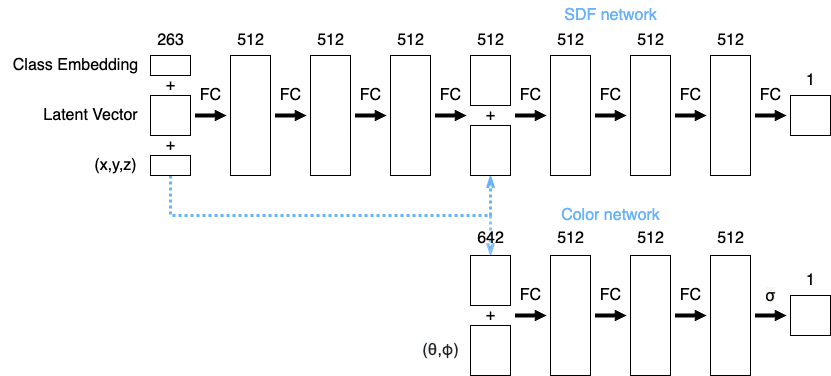
Above: DeepSDF-exercise/ml43dg/images/modified_architecture.png in exquilibrium/ml43dg-project (draw.io), before the change. Source tidied: cells renumbered, new cells last; positions are measured from the earlier drawing's top-left corner, leaving out a move shared by most shapes. Its diagram source:
```xml
<mxGraphModel>
  <root>
    <mxCell id="0" />
    <mxCell id="1" parent="0" />
    <mxCell id="2" style="rounded=0;whiteSpace=wrap;html=1;rotation=90;" parent="1" vertex="1">
      <mxGeometry x="190" y="95" width="120" height="40" as="geometry" />
    </mxCell>
    <mxCell id="3" style="rounded=0;whiteSpace=wrap;html=1;rotation=90;" parent="1" vertex="1">
      <mxGeometry x="270" y="95" width="120" height="40" as="geometry" />
    </mxCell>
    <mxCell id="4" style="rounded=0;whiteSpace=wrap;html=1;rotation=90;" parent="1" vertex="1">
      <mxGeometry x="350" y="95" width="120" height="40" as="geometry" />
    </mxCell>
    <mxCell id="5" style="rounded=0;whiteSpace=wrap;html=1;rotation=90;" parent="1" vertex="1">
      <mxGeometry x="150" y="95" width="40" height="40" as="geometry" />
    </mxCell>
    <mxCell id="6" style="edgeStyle=orthogonalEdgeStyle;rounded=0;jettySize=auto;html=1;exitX=1;exitY=0.5;exitDx=0;exitDy=0;entryX=0;entryY=0.5;entryDx=0;entryDy=0;opacity=80;strokeColor=#66B2FF;strokeWidth=3;fillColor=#dae8fc;dashed=1;endArrow=openThin;endFill=0;startSize=6;targetPerimeterSpacing=5;sourcePerimeterSpacing=5;dashPattern=1 1;" parent="1" edge="1" source="8" target="43">
      <mxGeometry relative="1" as="geometry" />
    </mxCell>
    <mxCell id="7" style="edgeStyle=orthogonalEdgeStyle;rounded=0;jettySize=auto;html=1;exitX=1;exitY=0.5;exitDx=0;exitDy=0;entryX=1;entryY=0.5;entryDx=0;entryDy=0;targetPerimeterSpacing=5;sourcePerimeterSpacing=5;endArrow=openThin;endFill=0;strokeWidth=3;strokeColor=#66B2FF;dashed=1;dashPattern=1 1;" parent="1" edge="1" source="8" target="17">
      <mxGeometry relative="1" as="geometry">
        <Array as="points">
          <mxPoint x="170" y="215" />
          <mxPoint x="490" y="215" />
        </Array>
      </mxGeometry>
    </mxCell>
    <mxCell id="8" style="rounded=0;whiteSpace=wrap;html=1;rotation=90;" parent="1" vertex="1">
      <mxGeometry x="160" y="145" width="20" height="40" as="geometry" />
    </mxCell>
    <mxCell id="9" value="&lt;font style=&quot;font-size: 16px;&quot;&gt;Latent Vector&lt;/font&gt;" style="text;html=1;align=center;verticalAlign=middle;strokeColor=none;fillColor=none;" parent="1" vertex="1">
      <mxGeometry x="30" y="100" width="120" height="30" as="geometry" />
    </mxCell>
    <mxCell id="10" value="&lt;font style=&quot;font-size: 16px;&quot;&gt;(x,y,z)&lt;/font&gt;" style="text;html=1;align=center;verticalAlign=middle;strokeColor=none;fillColor=none;" parent="1" vertex="1">
      <mxGeometry x="80" y="150" width="70" height="30" as="geometry" />
    </mxCell>
    <mxCell id="11" value="&lt;font style=&quot;font-size: 16px;&quot;&gt;+&lt;/font&gt;" style="text;html=1;align=center;verticalAlign=middle;strokeColor=none;fillColor=none;" parent="1" vertex="1">
      <mxGeometry x="155" y="130" width="30" height="30" as="geometry" />
    </mxCell>
    <mxCell id="12" value="&lt;font style=&quot;font-size: 16px;&quot;&gt;263&lt;/font&gt;" style="text;html=1;align=center;verticalAlign=middle;strokeColor=none;fillColor=none;" parent="1" vertex="1">
      <mxGeometry x="145" y="25" width="50" height="30" as="geometry" />
    </mxCell>
    <mxCell id="13" value="&lt;font style=&quot;font-size: 16px;&quot;&gt;512&lt;/font&gt;" style="text;html=1;align=center;verticalAlign=middle;strokeColor=none;fillColor=none;" parent="1" vertex="1">
      <mxGeometry x="225" y="25" width="50" height="30" as="geometry" />
    </mxCell>
    <mxCell id="14" value="&lt;font style=&quot;font-size: 16px;&quot;&gt;512&lt;/font&gt;" style="text;html=1;align=center;verticalAlign=middle;strokeColor=none;fillColor=none;" parent="1" vertex="1">
      <mxGeometry x="305" y="25" width="50" height="30" as="geometry" />
    </mxCell>
    <mxCell id="15" value="&lt;font style=&quot;font-size: 16px;&quot;&gt;512&lt;/font&gt;" style="text;html=1;align=center;verticalAlign=middle;strokeColor=none;fillColor=none;" parent="1" vertex="1">
      <mxGeometry x="385" y="25" width="50" height="30" as="geometry" />
    </mxCell>
    <mxCell id="16" style="rounded=0;whiteSpace=wrap;html=1;rotation=90;" parent="1" vertex="1">
      <mxGeometry x="465" y="60" width="50" height="40" as="geometry" />
    </mxCell>
    <mxCell id="17" style="rounded=0;whiteSpace=wrap;html=1;rotation=90;" parent="1" vertex="1">
      <mxGeometry x="465" y="130" width="50" height="40" as="geometry" />
    </mxCell>
    <mxCell id="18" value="&lt;font style=&quot;font-size: 16px;&quot;&gt;+&lt;/font&gt;" style="text;html=1;align=center;verticalAlign=middle;strokeColor=none;fillColor=none;" parent="1" vertex="1">
      <mxGeometry x="475" y="100" width="30" height="30" as="geometry" />
    </mxCell>
    <mxCell id="19" value="&lt;font style=&quot;font-size: 16px;&quot;&gt;512&lt;/font&gt;" style="text;html=1;align=center;verticalAlign=middle;strokeColor=none;fillColor=none;" parent="1" vertex="1">
      <mxGeometry x="465" y="25" width="50" height="30" as="geometry" />
    </mxCell>
    <mxCell id="20" style="rounded=0;whiteSpace=wrap;html=1;rotation=90;" parent="1" vertex="1">
      <mxGeometry x="510" y="95" width="120" height="40" as="geometry" />
    </mxCell>
    <mxCell id="21" value="&lt;font style=&quot;font-size: 16px;&quot;&gt;512&lt;/font&gt;" style="text;html=1;align=center;verticalAlign=middle;strokeColor=none;fillColor=none;" parent="1" vertex="1">
      <mxGeometry x="545" y="25" width="50" height="30" as="geometry" />
    </mxCell>
    <mxCell id="22" style="rounded=0;whiteSpace=wrap;html=1;rotation=90;" parent="1" vertex="1">
      <mxGeometry x="590" y="95" width="120" height="40" as="geometry" />
    </mxCell>
    <mxCell id="23" value="&lt;font style=&quot;font-size: 16px;&quot;&gt;512&lt;/font&gt;" style="text;html=1;align=center;verticalAlign=middle;strokeColor=none;fillColor=none;" parent="1" vertex="1">
      <mxGeometry x="625" y="25" width="50" height="30" as="geometry" />
    </mxCell>
    <mxCell id="24" style="rounded=0;whiteSpace=wrap;html=1;rotation=90;" parent="1" vertex="1">
      <mxGeometry x="670" y="95" width="120" height="40" as="geometry" />
    </mxCell>
    <mxCell id="25" value="&lt;font style=&quot;font-size: 16px;&quot;&gt;512&lt;/font&gt;" style="text;html=1;align=center;verticalAlign=middle;strokeColor=none;fillColor=none;" parent="1" vertex="1">
      <mxGeometry x="705" y="25" width="50" height="30" as="geometry" />
    </mxCell>
    <mxCell id="26" style="rounded=0;whiteSpace=wrap;html=1;rotation=90;" parent="1" vertex="1">
      <mxGeometry x="790" y="95" width="40" height="40" as="geometry" />
    </mxCell>
    <mxCell id="27" style="html=1;shadow=0;dashed=0;align=center;verticalAlign=middle;shape=mxgraph.arrows2.arrow;dy=0.69;dx=10.15;notch=0;fillColor=#000000;" parent="1" vertex="1">
      <mxGeometry x="195" y="110" width="30" height="10" as="geometry" />
    </mxCell>
    <mxCell id="28" style="html=1;shadow=0;dashed=0;align=center;verticalAlign=middle;shape=mxgraph.arrows2.arrow;dy=0.69;dx=10.15;notch=0;fillColor=#000000;" parent="1" vertex="1">
      <mxGeometry x="275" y="110" width="30" height="10" as="geometry" />
    </mxCell>
    <mxCell id="29" style="html=1;shadow=0;dashed=0;align=center;verticalAlign=middle;shape=mxgraph.arrows2.arrow;dy=0.69;dx=10.15;notch=0;fillColor=#000000;" parent="1" vertex="1">
      <mxGeometry x="355" y="110" width="30" height="10" as="geometry" />
    </mxCell>
    <mxCell id="30" style="html=1;shadow=0;dashed=0;align=center;verticalAlign=middle;shape=mxgraph.arrows2.arrow;dy=0.69;dx=10.15;notch=0;fillColor=#000000;" parent="1" vertex="1">
      <mxGeometry x="435" y="110" width="30" height="10" as="geometry" />
    </mxCell>
    <mxCell id="31" style="html=1;shadow=0;dashed=0;align=center;verticalAlign=middle;shape=mxgraph.arrows2.arrow;dy=0.69;dx=10.15;notch=0;fillColor=#000000;" parent="1" vertex="1">
      <mxGeometry x="515" y="110" width="30" height="10" as="geometry" />
    </mxCell>
    <mxCell id="32" style="html=1;shadow=0;dashed=0;align=center;verticalAlign=middle;shape=mxgraph.arrows2.arrow;dy=0.69;dx=10.15;notch=0;fillColor=#000000;" parent="1" vertex="1">
      <mxGeometry x="595" y="110" width="30" height="10" as="geometry" />
    </mxCell>
    <mxCell id="33" style="html=1;shadow=0;dashed=0;align=center;verticalAlign=middle;shape=mxgraph.arrows2.arrow;dy=0.69;dx=10.15;notch=0;fillColor=#000000;" parent="1" vertex="1">
      <mxGeometry x="675" y="110" width="30" height="10" as="geometry" />
    </mxCell>
    <mxCell id="34" style="html=1;shadow=0;dashed=0;align=center;verticalAlign=middle;shape=mxgraph.arrows2.arrow;dy=0.69;dx=10.15;notch=0;fillColor=#000000;" parent="1" vertex="1">
      <mxGeometry x="755" y="110" width="30" height="10" as="geometry" />
    </mxCell>
    <mxCell id="35" value="&lt;font style=&quot;font-size: 16px;&quot;&gt;1&lt;/font&gt;" style="text;html=1;align=center;verticalAlign=middle;strokeColor=none;fillColor=none;" parent="1" vertex="1">
      <mxGeometry x="795" y="65" width="30" height="30" as="geometry" />
    </mxCell>
    <mxCell id="36" style="rounded=0;whiteSpace=wrap;html=1;rotation=90;" parent="1" vertex="1">
      <mxGeometry x="510" y="295" width="120" height="40" as="geometry" />
    </mxCell>
    <mxCell id="37" value="&lt;font style=&quot;font-size: 16px;&quot;&gt;512&lt;/font&gt;" style="text;html=1;align=center;verticalAlign=middle;strokeColor=none;fillColor=none;" parent="1" vertex="1">
      <mxGeometry x="545" y="223" width="50" height="30" as="geometry" />
    </mxCell>
    <mxCell id="38" style="rounded=0;whiteSpace=wrap;html=1;rotation=90;" parent="1" vertex="1">
      <mxGeometry x="590" y="295" width="120" height="40" as="geometry" />
    </mxCell>
    <mxCell id="39" value="&lt;font style=&quot;font-size: 16px;&quot;&gt;512&lt;/font&gt;" style="text;html=1;align=center;verticalAlign=middle;strokeColor=none;fillColor=none;" parent="1" vertex="1">
      <mxGeometry x="625" y="223" width="50" height="30" as="geometry" />
    </mxCell>
    <mxCell id="40" style="rounded=0;whiteSpace=wrap;html=1;rotation=90;" parent="1" vertex="1">
      <mxGeometry x="670" y="295" width="120" height="40" as="geometry" />
    </mxCell>
    <mxCell id="41" value="&lt;font style=&quot;font-size: 16px;&quot;&gt;512&lt;/font&gt;" style="text;html=1;align=center;verticalAlign=middle;strokeColor=none;fillColor=none;" parent="1" vertex="1">
      <mxGeometry x="705" y="223" width="50" height="30" as="geometry" />
    </mxCell>
    <mxCell id="42" style="rounded=0;whiteSpace=wrap;html=1;rotation=90;" parent="1" vertex="1">
      <mxGeometry x="465" y="330" width="50" height="40" as="geometry" />
    </mxCell>
    <mxCell id="43" style="rounded=0;whiteSpace=wrap;html=1;rotation=90;" parent="1" vertex="1">
      <mxGeometry x="465" y="260" width="50" height="40" as="geometry" />
    </mxCell>
    <mxCell id="44" value="&lt;font style=&quot;font-size: 16px;&quot;&gt;+&lt;/font&gt;" style="text;html=1;align=center;verticalAlign=middle;strokeColor=none;fillColor=none;" parent="1" vertex="1">
      <mxGeometry x="475" y="300" width="30" height="30" as="geometry" />
    </mxCell>
    <mxCell id="45" value="&lt;font style=&quot;font-size: 16px;&quot;&gt;642&lt;/font&gt;" style="text;html=1;align=center;verticalAlign=middle;strokeColor=none;fillColor=none;" parent="1" vertex="1">
      <mxGeometry x="465" y="223" width="50" height="30" as="geometry" />
    </mxCell>
    <mxCell id="46" style="html=1;shadow=0;dashed=0;align=center;verticalAlign=middle;shape=mxgraph.arrows2.arrow;dy=0.69;dx=10.15;notch=0;fillColor=#000000;" parent="1" vertex="1">
      <mxGeometry x="515" y="310" width="30" height="10" as="geometry" />
    </mxCell>
    <mxCell id="47" style="html=1;shadow=0;dashed=0;align=center;verticalAlign=middle;shape=mxgraph.arrows2.arrow;dy=0.69;dx=10.15;notch=0;fillColor=#000000;" parent="1" vertex="1">
      <mxGeometry x="595" y="310" width="30" height="10" as="geometry" />
    </mxCell>
    <mxCell id="48" style="html=1;shadow=0;dashed=0;align=center;verticalAlign=middle;shape=mxgraph.arrows2.arrow;dy=0.69;dx=10.15;notch=0;fillColor=#000000;" parent="1" vertex="1">
      <mxGeometry x="675" y="310" width="30" height="10" as="geometry" />
    </mxCell>
    <mxCell id="49" style="html=1;shadow=0;dashed=0;align=center;verticalAlign=middle;shape=mxgraph.arrows2.arrow;dy=0.69;dx=10.15;notch=0;fillColor=#000000;" parent="1" vertex="1">
      <mxGeometry x="755" y="310" width="30" height="10" as="geometry" />
    </mxCell>
    <mxCell id="50" style="rounded=0;whiteSpace=wrap;html=1;rotation=90;" parent="1" vertex="1">
      <mxGeometry x="790" y="295" width="40" height="40" as="geometry" />
    </mxCell>
    <mxCell id="51" value="&lt;font style=&quot;font-size: 16px;&quot;&gt;1&lt;/font&gt;" style="text;html=1;align=center;verticalAlign=middle;strokeColor=none;fillColor=none;" parent="1" vertex="1">
      <mxGeometry x="795" y="265" width="30" height="30" as="geometry" />
    </mxCell>
    <mxCell id="52" value="&lt;font style=&quot;font-size: 16px;&quot;&gt;FC&lt;/font&gt;" style="text;html=1;align=center;verticalAlign=middle;strokeColor=none;fillColor=none;" parent="1" vertex="1">
      <mxGeometry x="190" y="80" width="40" height="30" as="geometry" />
    </mxCell>
    <mxCell id="53" value="&lt;font style=&quot;font-size: 16px;&quot;&gt;FC&lt;/font&gt;" style="text;html=1;align=center;verticalAlign=middle;strokeColor=none;fillColor=none;" parent="1" vertex="1">
      <mxGeometry x="270" y="80" width="40" height="30" as="geometry" />
    </mxCell>
    <mxCell id="54" value="&lt;font style=&quot;font-size: 16px;&quot;&gt;FC&lt;/font&gt;" style="text;html=1;align=center;verticalAlign=middle;strokeColor=none;fillColor=none;" parent="1" vertex="1">
      <mxGeometry x="350" y="80" width="40" height="30" as="geometry" />
    </mxCell>
    <mxCell id="55" value="&lt;font style=&quot;font-size: 16px;&quot;&gt;FC&lt;/font&gt;" style="text;html=1;align=center;verticalAlign=middle;strokeColor=none;fillColor=none;" parent="1" vertex="1">
      <mxGeometry x="430" y="80" width="40" height="30" as="geometry" />
    </mxCell>
    <mxCell id="56" value="&lt;font style=&quot;font-size: 16px;&quot;&gt;FC&lt;/font&gt;" style="text;html=1;align=center;verticalAlign=middle;strokeColor=none;fillColor=none;" parent="1" vertex="1">
      <mxGeometry x="510" y="80" width="40" height="30" as="geometry" />
    </mxCell>
    <mxCell id="57" value="&lt;font style=&quot;font-size: 16px;&quot;&gt;FC&lt;/font&gt;" style="text;html=1;align=center;verticalAlign=middle;strokeColor=none;fillColor=none;" parent="1" vertex="1">
      <mxGeometry x="590" y="80" width="40" height="30" as="geometry" />
    </mxCell>
    <mxCell id="58" value="&lt;font style=&quot;font-size: 16px;&quot;&gt;FC&lt;/font&gt;" style="text;html=1;align=center;verticalAlign=middle;strokeColor=none;fillColor=none;" parent="1" vertex="1">
      <mxGeometry x="670" y="80" width="40" height="30" as="geometry" />
    </mxCell>
    <mxCell id="59" value="&lt;font style=&quot;font-size: 16px;&quot;&gt;FC&lt;/font&gt;" style="text;html=1;align=center;verticalAlign=middle;strokeColor=none;fillColor=none;" parent="1" vertex="1">
      <mxGeometry x="750" y="80" width="40" height="30" as="geometry" />
    </mxCell>
    <mxCell id="60" value="&lt;font style=&quot;font-size: 16px;&quot;&gt;FC&lt;/font&gt;" style="text;html=1;align=center;verticalAlign=middle;strokeColor=none;fillColor=none;" parent="1" vertex="1">
      <mxGeometry x="670" y="280" width="40" height="30" as="geometry" />
    </mxCell>
    <mxCell id="61" value="&lt;font style=&quot;font-size: 16px;&quot;&gt;FC&lt;/font&gt;" style="text;html=1;align=center;verticalAlign=middle;strokeColor=none;fillColor=none;" parent="1" vertex="1">
      <mxGeometry x="590" y="280" width="40" height="30" as="geometry" />
    </mxCell>
    <mxCell id="62" value="&lt;font style=&quot;font-size: 16px;&quot;&gt;FC&lt;/font&gt;" style="text;html=1;align=center;verticalAlign=middle;strokeColor=none;fillColor=none;" parent="1" vertex="1">
      <mxGeometry x="510" y="280" width="40" height="30" as="geometry" />
    </mxCell>
    <mxCell id="63" value="&lt;span style=&quot;font-family: arial, helvetica; font-size: medium; text-align: left; text-wrap: wrap; background-color: rgb(249, 247, 244);&quot;&gt;σ&lt;/span&gt;" style="text;html=1;align=center;verticalAlign=middle;strokeColor=none;fillColor=none;" parent="1" vertex="1">
      <mxGeometry x="755" y="280" width="30" height="30" as="geometry" />
    </mxCell>
    <mxCell id="64" value="&lt;font color=&quot;#66b2ff&quot; style=&quot;font-size: 16px;&quot;&gt;Color network&lt;/font&gt;" style="text;html=1;align=center;verticalAlign=middle;strokeColor=none;fillColor=none;" parent="1" vertex="1">
      <mxGeometry x="550" y="200" width="120" height="30" as="geometry" />
    </mxCell>
    <mxCell id="65" value="&lt;font color=&quot;#66b2ff&quot; style=&quot;font-size: 16px;&quot;&gt;SDF network&lt;/font&gt;" style="text;html=1;align=center;verticalAlign=middle;strokeColor=none;fillColor=none;" parent="1" vertex="1">
      <mxGeometry x="550" width="120" height="30" as="geometry" />
    </mxCell>
    <mxCell id="66" value="&lt;font style=&quot;font-size: 16px;&quot;&gt;&lt;span style=&quot;color: rgb(32, 33, 34); font-family: sans-serif; text-align: left; text-wrap: wrap; background-color: rgb(248, 249, 250);&quot;&gt;(θ&lt;/span&gt;&lt;span style=&quot;font-family: &amp;quot;Google Sans&amp;quot;, Arial, sans-serif; text-align: left; text-wrap: wrap; background-color: rgb(255, 255, 255);&quot;&gt;,&lt;/span&gt;&lt;span style=&quot;color: rgb(32, 33, 34); font-family: sans-serif; text-align: start; text-wrap: wrap; background-color: rgb(255, 255, 255);&quot;&gt;φ)&lt;/span&gt;&lt;/font&gt;" style="text;html=1;align=center;verticalAlign=middle;strokeColor=none;fillColor=none;" parent="1" vertex="1">
      <mxGeometry x="410" y="335" width="60" height="30" as="geometry" />
    </mxCell>
    <mxCell id="67" style="rounded=0;whiteSpace=wrap;html=1;rotation=90;" parent="1" vertex="1">
      <mxGeometry x="160" y="45" width="20" height="40" as="geometry" />
    </mxCell>
    <mxCell id="68" value="&lt;font style=&quot;font-size: 16px;&quot;&gt;Class Embedding&lt;/font&gt;" style="text;html=1;align=center;verticalAlign=middle;strokeColor=none;fillColor=none;" parent="1" vertex="1">
      <mxGeometry y="50" width="150" height="30" as="geometry" />
    </mxCell>
    <mxCell id="69" value="&lt;font style=&quot;font-size: 16px;&quot;&gt;+&lt;/font&gt;" style="text;html=1;align=center;verticalAlign=middle;strokeColor=none;fillColor=none;" parent="1" vertex="1">
      <mxGeometry x="155" y="70" width="30" height="30" as="geometry" />
    </mxCell>
  </root>
</mxGraphModel>
```
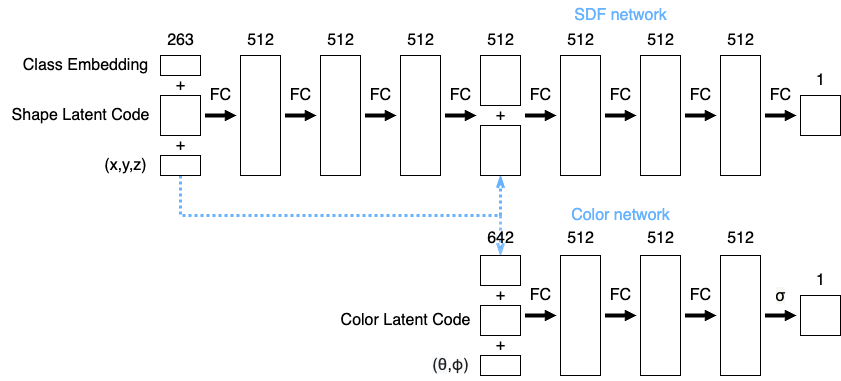
The same diagram one commit later.

Commit message:
Updated modified architecture figure

The edit, as a diff of the source:
```diff
@@ -28,8 +28,8 @@
     <mxCell id="8" style="rounded=0;whiteSpace=wrap;html=1;rotation=90;" parent="1" vertex="1">
       <mxGeometry x="160" y="145" width="20" height="40" as="geometry" />
     </mxCell>
-    <mxCell id="9" value="&lt;font style=&quot;font-size: 16px;&quot;&gt;Latent Vector&lt;/font&gt;" style="text;html=1;align=center;verticalAlign=middle;strokeColor=none;fillColor=none;" parent="1" vertex="1">
-      <mxGeometry x="30" y="100" width="120" height="30" as="geometry" />
+    <mxCell id="9" value="&lt;font style=&quot;font-size: 16px;&quot;&gt;Shape Latent Code&lt;/font&gt;" style="text;html=1;align=center;verticalAlign=middle;strokeColor=none;fillColor=none;" parent="1" vertex="1">
+      <mxGeometry x="-10" y="100" width="160" height="30" as="geometry" />
     </mxCell>
     <mxCell id="10" value="&lt;font style=&quot;font-size: 16px;&quot;&gt;(x,y,z)&lt;/font&gt;" style="text;html=1;align=center;verticalAlign=middle;strokeColor=none;fillColor=none;" parent="1" vertex="1">
       <mxGeometry x="80" y="150" width="70" height="30" as="geometry" />
@@ -128,13 +128,13 @@
       <mxGeometry x="705" y="223" width="50" height="30" as="geometry" />
     </mxCell>
     <mxCell id="42" style="rounded=0;whiteSpace=wrap;html=1;rotation=90;" parent="1" vertex="1">
-      <mxGeometry x="465" y="330" width="50" height="40" as="geometry" />
+      <mxGeometry x="480" y="345" width="20" height="40" as="geometry" />
     </mxCell>
     <mxCell id="43" style="rounded=0;whiteSpace=wrap;html=1;rotation=90;" parent="1" vertex="1">
-      <mxGeometry x="465" y="260" width="50" height="40" as="geometry" />
+      <mxGeometry x="475" y="250" width="30" height="40" as="geometry" />
     </mxCell>
     <mxCell id="44" value="&lt;font style=&quot;font-size: 16px;&quot;&gt;+&lt;/font&gt;" style="text;html=1;align=center;verticalAlign=middle;strokeColor=none;fillColor=none;" parent="1" vertex="1">
-      <mxGeometry x="475" y="300" width="30" height="30" as="geometry" />
+      <mxGeometry x="475" y="280" width="30" height="30" as="geometry" />
     </mxCell>
     <mxCell id="45" value="&lt;font style=&quot;font-size: 16px;&quot;&gt;642&lt;/font&gt;" style="text;html=1;align=center;verticalAlign=middle;strokeColor=none;fillColor=none;" parent="1" vertex="1">
       <mxGeometry x="465" y="223" width="50" height="30" as="geometry" />
@@ -200,7 +200,7 @@
       <mxGeometry x="550" width="120" height="30" as="geometry" />
     </mxCell>
     <mxCell id="66" value="&lt;font style=&quot;font-size: 16px;&quot;&gt;&lt;span style=&quot;color: rgb(32, 33, 34); font-family: sans-serif; text-align: left; text-wrap: wrap; background-color: rgb(248, 249, 250);&quot;&gt;(θ&lt;/span&gt;&lt;span style=&quot;font-family: &amp;quot;Google Sans&amp;quot;, Arial, sans-serif; text-align: left; text-wrap: wrap; background-color: rgb(255, 255, 255);&quot;&gt;,&lt;/span&gt;&lt;span style=&quot;color: rgb(32, 33, 34); font-family: sans-serif; text-align: start; text-wrap: wrap; background-color: rgb(255, 255, 255);&quot;&gt;φ)&lt;/span&gt;&lt;/font&gt;" style="text;html=1;align=center;verticalAlign=middle;strokeColor=none;fillColor=none;" parent="1" vertex="1">
-      <mxGeometry x="410" y="335" width="60" height="30" as="geometry" />
+      <mxGeometry x="410" y="350" width="60" height="30" as="geometry" />
     </mxCell>
     <mxCell id="67" style="rounded=0;whiteSpace=wrap;html=1;rotation=90;" parent="1" vertex="1">
       <mxGeometry x="160" y="45" width="20" height="40" as="geometry" />
@@ -211,5 +211,14 @@
     <mxCell id="69" value="&lt;font style=&quot;font-size: 16px;&quot;&gt;+&lt;/font&gt;" style="text;html=1;align=center;verticalAlign=middle;strokeColor=none;fillColor=none;" parent="1" vertex="1">
       <mxGeometry x="155" y="70" width="30" height="30" as="geometry" />
     </mxCell>
+    <mxCell id="70" style="rounded=0;whiteSpace=wrap;html=1;rotation=90;" parent="1" vertex="1">
+      <mxGeometry x="475" y="300" width="30" height="40" as="geometry" />
+    </mxCell>
+    <mxCell id="71" value="&lt;font style=&quot;font-size: 16px;&quot;&gt;+&lt;/font&gt;" style="text;html=1;align=center;verticalAlign=middle;strokeColor=none;fillColor=none;" parent="1" vertex="1">
+      <mxGeometry x="475" y="330" width="30" height="30" as="geometry" />
+    </mxCell>
+    <mxCell id="72" value="&lt;font style=&quot;font-size: 16px;&quot;&gt;Color Latent Code&lt;/font&gt;" style="text;html=1;align=center;verticalAlign=middle;strokeColor=none;fillColor=none;" parent="1" vertex="1">
+      <mxGeometry x="320" y="305" width="150" height="30" as="geometry" />
+    </mxCell>
   </root>
 </mxGraphModel>
```
